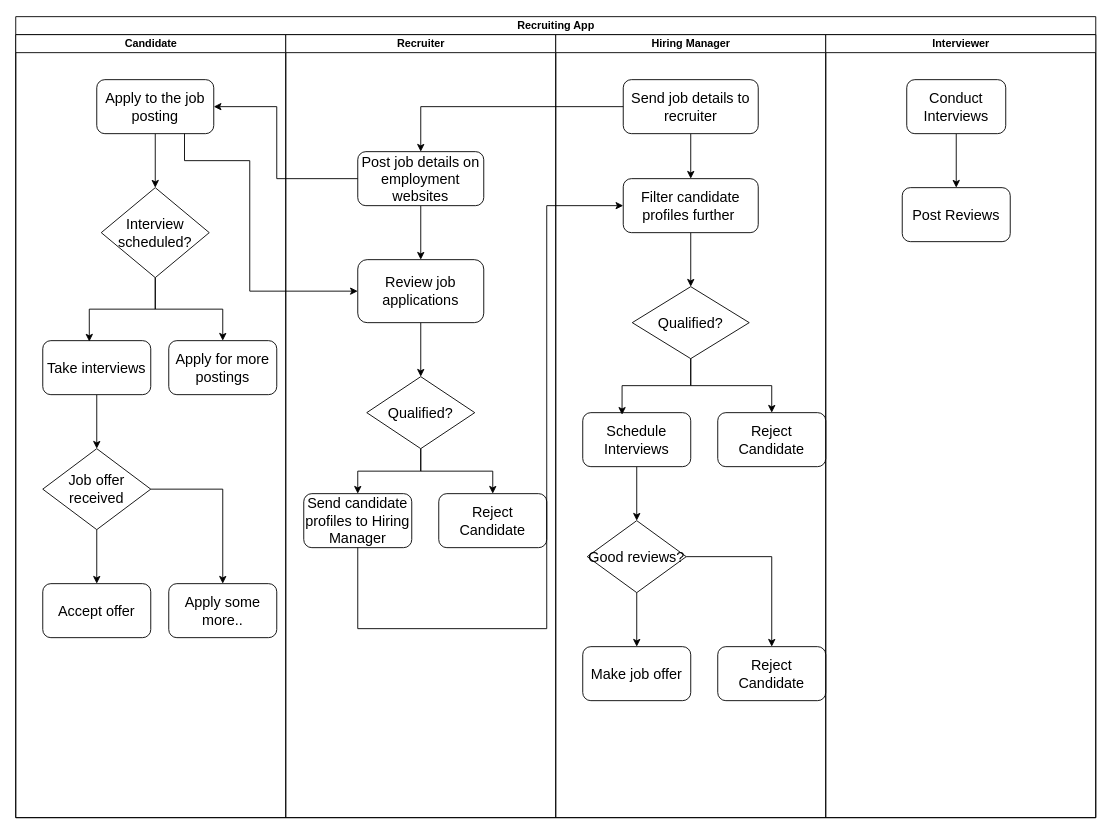
The draw.io diagram Recruitment_App_Swimlane.drawio in saumyasucharita/swimlane-mindmaps, before the edit. Source tidied: cells renumbered, new cells numbered last; positions are measured from the earlier drawing's top-left corner, leaving out a move shared by most shapes. Both pictures are drawn from the tidied source at 90%, with x=0, y=0 at pixel (15, 16).
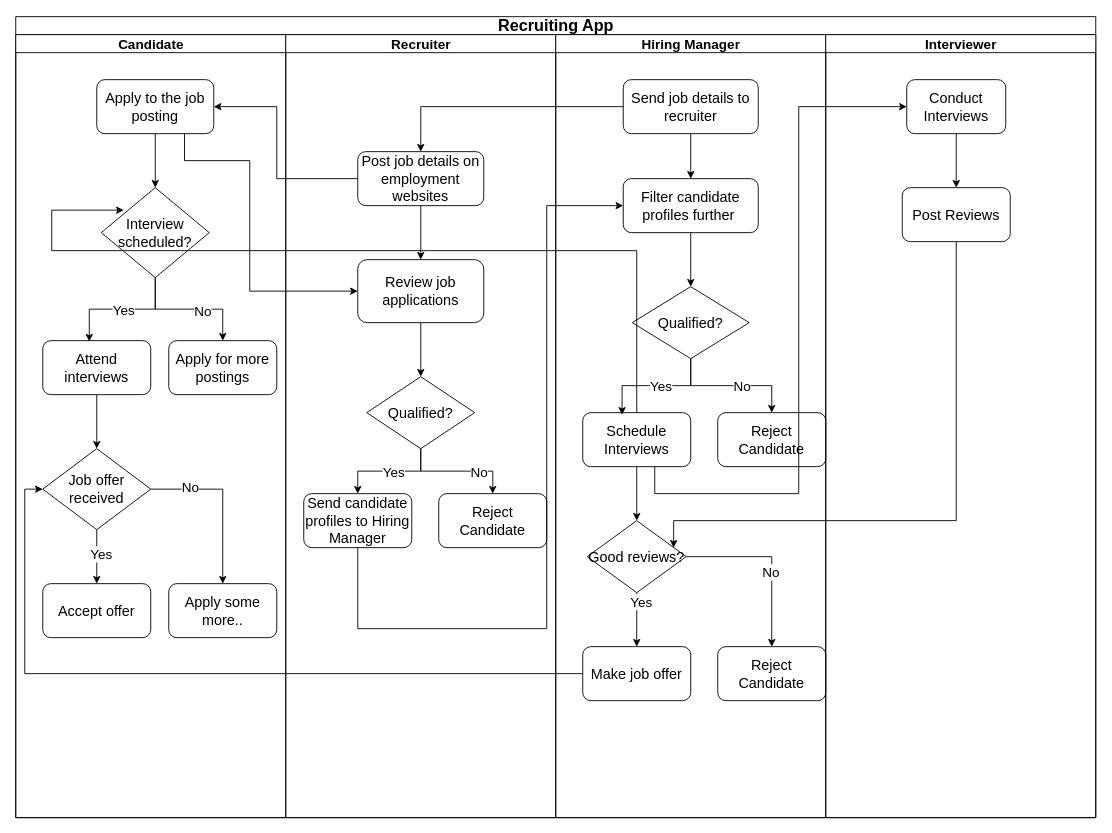
After the change.

Unchanged cells that the change refers to:
```xml
<mxCell id="5" value="&lt;font size=&quot;3&quot;&gt;Apply to the job posting&lt;/font&gt;" style="rounded=1;whiteSpace=wrap;html=1;" parent="3" vertex="1">
  <mxGeometry x="90" y="50" width="130" height="60" as="geometry" />
</mxCell>
<mxCell id="6" style="edgeStyle=orthogonalEdgeStyle;rounded=0;jettySize=auto;html=1;" parent="3" edge="1" source="7" target="10">
  <mxGeometry relative="1" as="geometry" />
</mxCell>
<mxCell id="11" style="edgeStyle=orthogonalEdgeStyle;rounded=0;jettySize=auto;html=1;" parent="3" edge="1" source="13" target="14">
  <mxGeometry relative="1" as="geometry" />
</mxCell>
<mxCell id="12" style="edgeStyle=orthogonalEdgeStyle;rounded=0;jettySize=auto;html=1;" parent="3" edge="1" source="13" target="15">
  <mxGeometry relative="1" as="geometry" />
</mxCell>
<mxCell id="13" value="&lt;font size=&quot;3&quot;&gt;Job offer received&lt;/font&gt;" style="rhombus;whiteSpace=wrap;html=1;" parent="3" vertex="1">
  <mxGeometry x="30" y="460" width="120" height="90" as="geometry" />
</mxCell>
<mxCell id="16" style="edgeStyle=orthogonalEdgeStyle;rounded=0;jettySize=auto;html=1;entryX=0.431;entryY=0.017;entryDx=0;entryDy=0;entryPerimeter=0;" parent="3" edge="1" source="7" target="9">
  <mxGeometry relative="1" as="geometry" />
</mxCell>
<mxCell id="19" value="&lt;font size=&quot;3&quot;&gt;Post job details on employment websites&lt;/font&gt;" style="rounded=1;whiteSpace=wrap;html=1;" parent="17" vertex="1">
  <mxGeometry x="80" y="130" width="140" height="60" as="geometry" />
</mxCell>
<mxCell id="21" value="&lt;font size=&quot;3&quot;&gt;Review job applications&lt;/font&gt;" style="rounded=1;whiteSpace=wrap;html=1;" parent="17" vertex="1">
  <mxGeometry x="80" y="250" width="140" height="70" as="geometry" />
</mxCell>
<mxCell id="22" style="edgeStyle=orthogonalEdgeStyle;rounded=0;jettySize=auto;html=1;entryX=0.5;entryY=0;entryDx=0;entryDy=0;" parent="17" edge="1" source="24" target="25">
  <mxGeometry relative="1" as="geometry" />
</mxCell>
<mxCell id="23" style="edgeStyle=orthogonalEdgeStyle;rounded=0;jettySize=auto;html=1;" parent="17" edge="1" source="24" target="26">
  <mxGeometry relative="1" as="geometry" />
</mxCell>
<mxCell id="25" value="&lt;font size=&quot;3&quot;&gt;Send candidate profiles to Hiring Manager&lt;/font&gt;" style="rounded=1;whiteSpace=wrap;html=1;" parent="17" vertex="1">
  <mxGeometry x="20" y="510" width="120" height="60" as="geometry" />
</mxCell>
<mxCell id="29" value="&lt;font size=&quot;3&quot;&gt;Send job details to recruiter&lt;/font&gt;" style="rounded=1;whiteSpace=wrap;html=1;" parent="27" vertex="1">
  <mxGeometry x="75" y="50" width="150" height="60" as="geometry" />
</mxCell>
<mxCell id="31" value="&lt;font size=&quot;3&quot;&gt;Filter candidate profiles further&amp;nbsp;&lt;/font&gt;" style="rounded=1;whiteSpace=wrap;html=1;" parent="27" vertex="1">
  <mxGeometry x="75" y="160" width="150" height="60" as="geometry" />
</mxCell>
<mxCell id="32" style="edgeStyle=orthogonalEdgeStyle;rounded=0;jettySize=auto;html=1;exitX=0.5;exitY=1;exitDx=0;exitDy=0;" parent="27" edge="1" source="33" target="36">
  <mxGeometry relative="1" as="geometry" />
</mxCell>
<mxCell id="35" value="&lt;font size=&quot;3&quot;&gt;Schedule Interviews&lt;/font&gt;" style="rounded=1;whiteSpace=wrap;html=1;" parent="27" vertex="1">
  <mxGeometry x="30" y="420" width="120" height="60" as="geometry" />
</mxCell>
<mxCell id="37" style="edgeStyle=orthogonalEdgeStyle;rounded=0;jettySize=auto;html=1;" parent="27" edge="1" source="39" target="40">
  <mxGeometry relative="1" as="geometry" />
</mxCell>
<mxCell id="38" style="edgeStyle=orthogonalEdgeStyle;rounded=0;jettySize=auto;html=1;entryX=0.5;entryY=0;entryDx=0;entryDy=0;" parent="27" edge="1" source="39" target="41">
  <mxGeometry relative="1" as="geometry" />
</mxCell>
<mxCell id="40" value="&lt;font size=&quot;3&quot;&gt;Make job offer&lt;/font&gt;" style="rounded=1;whiteSpace=wrap;html=1;" parent="27" vertex="1">
  <mxGeometry x="30" y="680" width="120" height="60" as="geometry" />
</mxCell>
<mxCell id="42" style="edgeStyle=orthogonalEdgeStyle;rounded=0;jettySize=auto;html=1;exitX=0.5;exitY=1;exitDx=0;exitDy=0;entryX=0.364;entryY=0.039;entryDx=0;entryDy=0;entryPerimeter=0;" parent="27" edge="1" source="33" target="35">
  <mxGeometry relative="1" as="geometry" />
</mxCell>
<mxCell id="45" value="&lt;font size=&quot;3&quot;&gt;Conduct Interviews&lt;/font&gt;" style="rounded=1;whiteSpace=wrap;html=1;" parent="43" vertex="1">
  <mxGeometry x="90" y="50" width="110" height="60" as="geometry" />
</mxCell>
<mxCell id="46" value="&lt;font size=&quot;3&quot;&gt;Post Reviews&lt;/font&gt;" style="rounded=1;whiteSpace=wrap;html=1;" parent="43" vertex="1">
  <mxGeometry x="85" y="170" width="120" height="60" as="geometry" />
</mxCell>
```

Change to the diagram source:
```diff
@@
-    <mxCell id="2" value="Recruiting App" style="swimlane;startSize=20;html=1;" parent="1" vertex="1">
+    <mxCell id="2" value="&lt;font style=&quot;font-size: 18px;&quot;&gt;Recruiting App&lt;/font&gt;" style="swimlane;startSize=20;html=1;" parent="1" vertex="1">
       <mxGeometry width="1200" height="890" as="geometry" />
     </mxCell>
-    <mxCell id="3" value="Candidate" style="swimlane;startSize=20;html=1;" parent="2" vertex="1">
+    <mxCell id="3" value="&lt;font style=&quot;font-size: 15px;&quot;&gt;Candidate&lt;/font&gt;" style="swimlane;startSize=20;html=1;" parent="2" vertex="1">
       <mxGeometry y="20" width="300" height="870" as="geometry" />
     </mxCell>
@@
+    <mxCell id="51" value="&lt;font style=&quot;font-size: 15px;&quot;&gt;No&lt;/font&gt;" style="edgeLabel;html=1;align=center;verticalAlign=middle;" parent="6" vertex="1">
+      <mxGeometry x="0.2" y="-1" relative="1" as="geometry" />
+    </mxCell>
@@
-    <mxCell id="9" value="&lt;font size=&quot;3&quot;&gt;Take interviews&lt;/font&gt;" style="rounded=1;whiteSpace=wrap;html=1;" parent="3" vertex="1">
+    <mxCell id="9" value="&lt;font size=&quot;3&quot;&gt;Attend interviews&lt;/font&gt;" style="rounded=1;whiteSpace=wrap;html=1;" parent="3" vertex="1">
       <mxGeometry x="30" y="340" width="120" height="60" as="geometry" />
     </mxCell>
@@
+    <mxCell id="52" value="&lt;font style=&quot;font-size: 15px;&quot;&gt;Yes&lt;/font&gt;" style="edgeLabel;html=1;align=center;verticalAlign=middle;" parent="11" vertex="1">
+      <mxGeometry x="-0.14" y="4" relative="1" as="geometry" />
+    </mxCell>
@@
+    <mxCell id="53" value="&lt;font style=&quot;font-size: 15px;&quot;&gt;No&lt;/font&gt;" style="edgeLabel;html=1;align=center;verticalAlign=middle;" parent="12" vertex="1">
+      <mxGeometry x="-0.54" y="3" relative="1" as="geometry" />
+    </mxCell>
@@
+    <mxCell id="54" value="&lt;font style=&quot;font-size: 15px;&quot;&gt;Yes&lt;/font&gt;" style="edgeLabel;html=1;align=center;verticalAlign=middle;" parent="16" vertex="1">
+      <mxGeometry x="-0.02" relative="1" as="geometry" />
+    </mxCell>
-    <mxCell id="17" value="Recruiter" style="swimlane;startSize=20;html=1;" parent="2" vertex="1">
+    <mxCell id="17" value="&lt;font style=&quot;font-size: 15px;&quot;&gt;Recruiter&lt;/font&gt;" style="swimlane;startSize=20;html=1;" parent="2" vertex="1">
       <mxGeometry x="300" y="20" width="300" height="870" as="geometry" />
     </mxCell>
@@
+    <mxCell id="55" value="&lt;font style=&quot;font-size: 15px;&quot;&gt;Yes&lt;/font&gt;" style="edgeLabel;html=1;align=center;verticalAlign=middle;" parent="22" vertex="1">
+      <mxGeometry x="-0.07" relative="1" as="geometry" />
+    </mxCell>
@@
+    <mxCell id="56" value="&lt;font style=&quot;font-size: 15px;&quot;&gt;No&lt;/font&gt;" style="edgeLabel;html=1;align=center;verticalAlign=middle;" parent="23" vertex="1">
+      <mxGeometry x="0.36" relative="1" as="geometry">
+        <mxPoint x="1" as="offset" />
+      </mxGeometry>
+    </mxCell>
@@
-    <mxCell id="27" value="Hiring Manager" style="swimlane;startSize=20;html=1;" parent="2" vertex="1">
+    <mxCell id="27" value="&lt;font style=&quot;font-size: 15px;&quot;&gt;Hiring Manager&lt;/font&gt;" style="swimlane;startSize=20;html=1;" parent="2" vertex="1">
       <mxGeometry x="600" y="20" width="300" height="870" as="geometry" />
     </mxCell>
@@
+    <mxCell id="57" value="&lt;font style=&quot;font-size: 15px;&quot;&gt;No&lt;/font&gt;" style="edgeLabel;html=1;align=center;verticalAlign=middle;" parent="32" vertex="1">
+      <mxGeometry x="0.14" relative="1" as="geometry" />
+    </mxCell>
@@
+    <mxCell id="58" value="&lt;font style=&quot;font-size: 15px;&quot;&gt;Yes&lt;/font&gt;" style="edgeLabel;html=1;align=center;verticalAlign=middle;" parent="37" vertex="1">
+      <mxGeometry x="-0.7" y="4" relative="1" as="geometry" />
+    </mxCell>
@@
+    <mxCell id="59" value="&lt;font style=&quot;font-size: 15px;&quot;&gt;No&lt;/font&gt;" style="edgeLabel;html=1;align=center;verticalAlign=middle;" parent="38" vertex="1">
+      <mxGeometry x="0.14" y="-2" relative="1" as="geometry" />
+    </mxCell>
@@
+    <mxCell id="60" value="&lt;font style=&quot;font-size: 15px;&quot;&gt;Yes&lt;/font&gt;" style="edgeLabel;html=1;align=center;verticalAlign=middle;" parent="42" vertex="1">
+      <mxGeometry x="-0.08" y="-1" relative="1" as="geometry" />
+    </mxCell>
+    <mxCell id="47" style="edgeStyle=orthogonalEdgeStyle;rounded=0;jettySize=auto;html=1;exitX=0;exitY=0.5;exitDx=0;exitDy=0;" parent="2" edge="1" source="29" target="19">
+      <mxGeometry relative="1" as="geometry" />
+    </mxCell>
+    <mxCell id="48" style="edgeStyle=orthogonalEdgeStyle;rounded=0;jettySize=auto;html=1;entryX=1;entryY=0.5;entryDx=0;entryDy=0;exitX=0;exitY=0.5;exitDx=0;exitDy=0;" parent="2" edge="1" source="19" target="5">
+      <mxGeometry relative="1" as="geometry">
+        <Array as="points">
+          <mxPoint x="290" y="180" />
+          <mxPoint x="290" y="100" />
+        </Array>
+      </mxGeometry>
+    </mxCell>
+    <mxCell id="49" style="edgeStyle=orthogonalEdgeStyle;rounded=0;jettySize=auto;html=1;exitX=0.75;exitY=1;exitDx=0;exitDy=0;entryX=0;entryY=0.5;entryDx=0;entryDy=0;" parent="2" edge="1" source="5" target="21">
+      <mxGeometry relative="1" as="geometry">
+        <Array as="points">
+          <mxPoint x="188" y="160" />
+          <mxPoint x="260" y="160" />
+          <mxPoint x="260" y="305" />
+        </Array>
+      </mxGeometry>
+    </mxCell>
+    <mxCell id="50" style="edgeStyle=orthogonalEdgeStyle;rounded=0;jettySize=auto;html=1;entryX=0;entryY=0.5;entryDx=0;entryDy=0;" parent="2" edge="1" source="25" target="31">
+      <mxGeometry relative="1" as="geometry">
+        <Array as="points">
+          <mxPoint x="380" y="680" />
+          <mxPoint x="590" y="680" />
+          <mxPoint x="590" y="210" />
+        </Array>
+      </mxGeometry>
+    </mxCell>
+    <mxCell id="61" style="edgeStyle=orthogonalEdgeStyle;rounded=0;jettySize=auto;html=1;entryX=0;entryY=0.5;entryDx=0;entryDy=0;" parent="2" edge="1" source="35" target="45">
+      <mxGeometry relative="1" as="geometry">
+        <Array as="points">
+          <mxPoint x="710" y="530" />
+          <mxPoint x="870" y="530" />
+          <mxPoint x="870" y="100" />
+        </Array>
+      </mxGeometry>
+    </mxCell>
+    <mxCell id="62" style="edgeStyle=orthogonalEdgeStyle;rounded=0;jettySize=auto;html=1;" parent="2" edge="1" source="46">
+      <mxGeometry relative="1" as="geometry">
+        <mxPoint x="731" y="590" as="targetPoint" />
+        <Array as="points">
+          <mxPoint x="1045" y="560" />
+          <mxPoint x="731" y="560" />
+        </Array>
+      </mxGeometry>
+    </mxCell>
+    <mxCell id="63" style="edgeStyle=orthogonalEdgeStyle;rounded=0;jettySize=auto;html=1;" parent="2" edge="1" source="35">
+      <mxGeometry relative="1" as="geometry">
+        <mxPoint x="120" y="215" as="targetPoint" />
+        <Array as="points">
+          <mxPoint x="690" y="260" />
+          <mxPoint x="40" y="260" />
+          <mxPoint x="40" y="215" />
+        </Array>
+      </mxGeometry>
+    </mxCell>
-    <mxCell id="43" value="Interviewer" style="swimlane;startSize=20;html=1;" parent="2" vertex="1">
+    <mxCell id="43" value="&lt;font style=&quot;font-size: 15px;&quot;&gt;Interviewer&lt;/font&gt;" style="swimlane;startSize=20;html=1;" parent="2" vertex="1">
       <mxGeometry x="900" y="20" width="300" height="870" as="geometry" />
     </mxCell>
@@
-    <mxCell id="47" style="edgeStyle=orthogonalEdgeStyle;rounded=0;jettySize=auto;html=1;exitX=0;exitY=0.5;exitDx=0;exitDy=0;" parent="2" edge="1" source="29" target="19">
-      <mxGeometry relative="1" as="geometry" />
-    </mxCell>
-    <mxCell id="48" style="edgeStyle=orthogonalEdgeStyle;rounded=0;jettySize=auto;html=1;entryX=1;entryY=0.5;entryDx=0;entryDy=0;exitX=0;exitY=0.5;exitDx=0;exitDy=0;" parent="2" edge="1" source="19" target="5">
-      <mxGeometry relative="1" as="geometry">
-        <Array as="points">
-          <mxPoint x="290" y="180" />
-          <mxPoint x="290" y="100" />
-        </Array>
-      </mxGeometry>
-    </mxCell>
-    <mxCell id="49" style="edgeStyle=orthogonalEdgeStyle;rounded=0;jettySize=auto;html=1;exitX=0.75;exitY=1;exitDx=0;exitDy=0;entryX=0;entryY=0.5;entryDx=0;entryDy=0;" parent="2" edge="1" source="5" target="21">
-      <mxGeometry relative="1" as="geometry">
-        <Array as="points">
-          <mxPoint x="188" y="160" />
-          <mxPoint x="260" y="160" />
-          <mxPoint x="260" y="305" />
-        </Array>
-      </mxGeometry>
-    </mxCell>
-    <mxCell id="50" style="edgeStyle=orthogonalEdgeStyle;rounded=0;jettySize=auto;html=1;entryX=0;entryY=0.5;entryDx=0;entryDy=0;" parent="2" edge="1" source="25" target="31">
-      <mxGeometry relative="1" as="geometry">
-        <Array as="points">
-          <mxPoint x="380" y="680" />
-          <mxPoint x="590" y="680" />
-          <mxPoint x="590" y="210" />
-        </Array>
-      </mxGeometry>
-    </mxCell>
+    <mxCell id="64" style="edgeStyle=orthogonalEdgeStyle;rounded=0;jettySize=auto;html=1;entryX=0;entryY=0.5;entryDx=0;entryDy=0;" parent="2" edge="1" source="40" target="13">
+      <mxGeometry relative="1" as="geometry" />
+    </mxCell>
```
